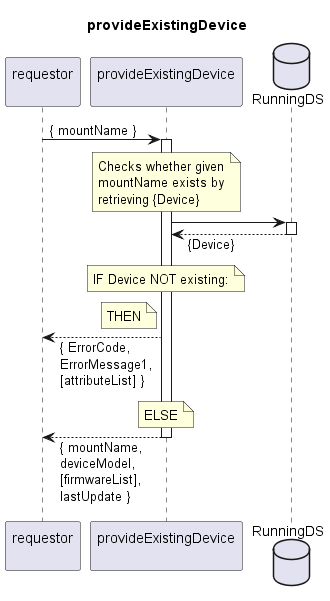
This is spec/Services/provideExistingDevice/1.0.0/provideExistingDevice.png from openBackhaul/FirmWareManager, a PlantUML export, as it was before one commit. Source of this version:
```plantuml
@startuml provideExistingDevice
skinparam responseMessageBelowArrow true

title
  provideExistingDevice
end title

participant "requestor\n" as requestor
participant "provideExistingDevice\n" as indServ
database "RunningDS" as RunDS

requestor -> indServ: { mountName }
activate indServ

  note over indServ
    Checks whether given
    mountName exists by
    retrieving {Device}
  end note
  indServ -> RunDS
  activate RunDS
  indServ <-- RunDS: {Device}
  deactivate RunDS
  note over indServ
    IF Device NOT existing:
  end note
  note left indServ
    THEN
  end note
  requestor <-- indServ: { ErrorCode,\nErrorMessage1,\n[attributeList] }
  note over indServ
    ELSE
  end note

requestor <-- indServ: { mountName,\ndeviceModel,\n[firmwareList],\nlastUpdate }
deactivate indServ

@enduml
```
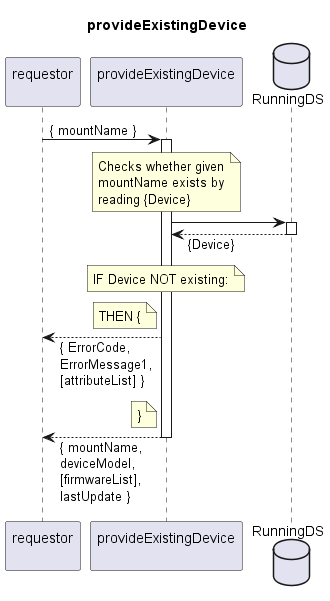
After the change.

What changed in the source:
```diff
@@ -15,7 +15,7 @@
   note over indServ
     Checks whether given
     mountName exists by
-    retrieving {Device}
+    reading {Device}
   end note
   indServ -> RunDS
   activate RunDS
@@ -25,11 +25,11 @@
     IF Device NOT existing:
   end note
   note left indServ
-    THEN
+    THEN {
   end note
   requestor <-- indServ: { ErrorCode,\nErrorMessage1,\n[attributeList] }
-  note over indServ
-    ELSE
+  note left indServ
+    }
   end note
 
 requestor <-- indServ: { mountName,\ndeviceModel,\n[firmwareList],\nlastUpdate }
```
